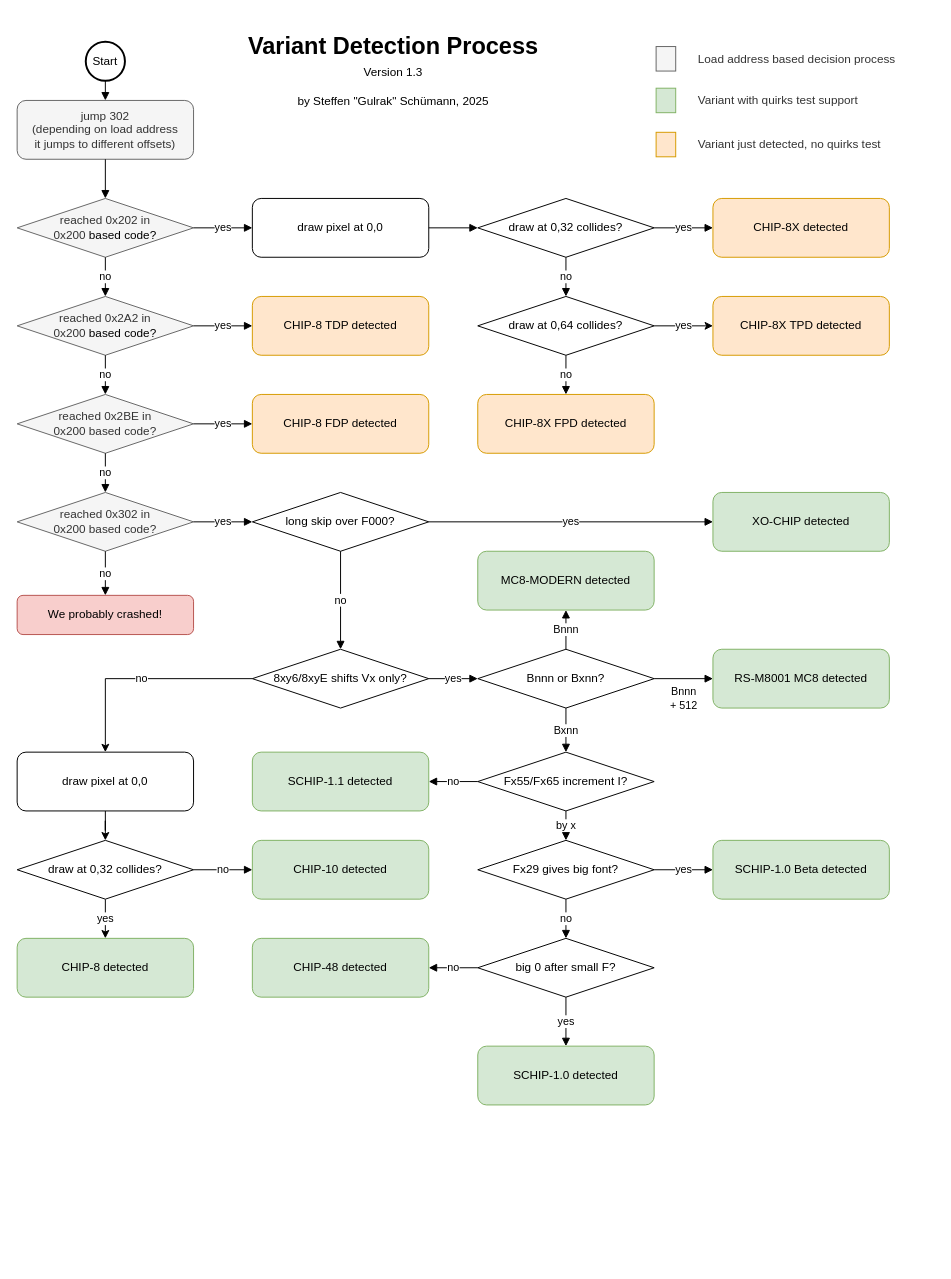
Before: test-roms/variant-detection/variant-detection.drawio in gulrak/cadmium, a draw.io diagram. Source tidied: cells renumbered, new cells numbered last; positions are measured from the earlier drawing's top-left corner, leaving out a move shared by most shapes. Both pictures are drawn from the tidied source at 98%, with x=0, y=0 at pixel (17, 26).
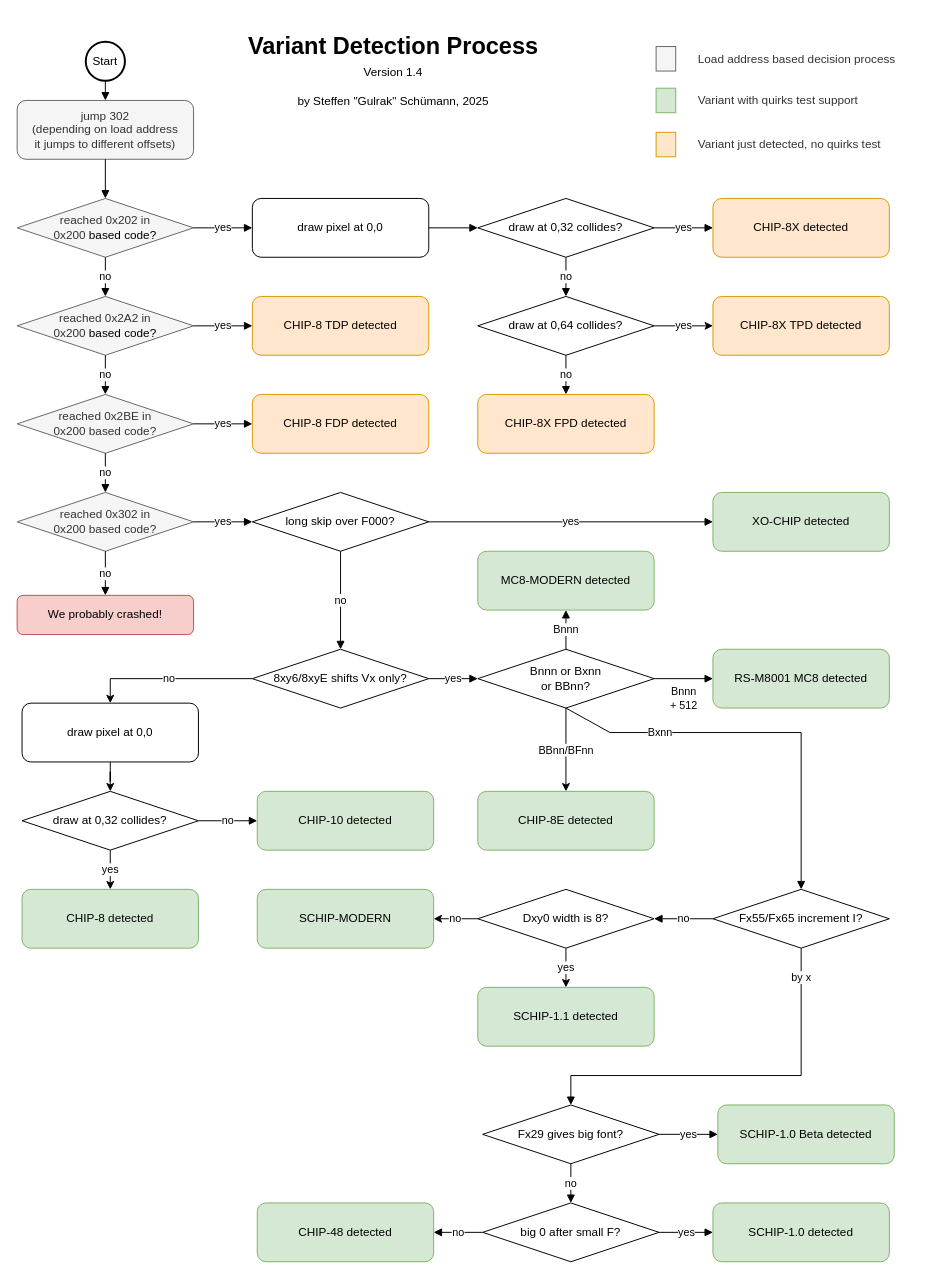
The same diagram, later.

The edit, as a diff of the source:
```diff
@@
+    <mxCell id="73" value="BBnn/BFnn" style="edgeStyle=orthogonalEdgeStyle;rounded=0;jettySize=auto;html=1;" parent="1" edge="1" source="36" target="78">
+      <mxGeometry relative="1" as="geometry" />
+    </mxCell>
-    <mxCell id="36" value="Bnnn or Bxnn?" style="shape=rhombus;perimeter=rhombusPerimeter;whiteSpace=wrap;html=1;" parent="1" vertex="1">
+    <mxCell id="36" value="Bnnn or Bxnn&lt;div&gt;or BBnn?&lt;/div&gt;" style="shape=rhombus;perimeter=rhombusPerimeter;whiteSpace=wrap;html=1;" parent="1" vertex="1">
       <mxGeometry x="470" y="635" width="180" height="60" as="geometry" />
     </mxCell>
@@
     <mxCell id="38" value="Fx55/Fx65 increment I?" style="shape=rhombus;perimeter=rhombusPerimeter;whiteSpace=wrap;html=1;" parent="1" vertex="1">
-      <mxGeometry x="470" y="740" width="180" height="60" as="geometry" />
+      <mxGeometry x="710" y="880" width="180" height="60" as="geometry" />
     </mxCell>
-    <mxCell id="39" value="Bxnn" style="endArrow=block;rounded=0;html=1;" parent="1" edge="1" source="36" target="38">
-      <mxGeometry relative="1" as="geometry" />
+    <mxCell id="39" value="Bxnn" style="endArrow=block;rounded=0;html=1;exitX=0.5;exitY=1;exitDx=0;exitDy=0;entryX=0.5;entryY=0;entryDx=0;entryDy=0;" parent="1" edge="1" source="36" target="38">
+      <mxGeometry x="-0.5" relative="1" as="geometry">
+        <Array as="points">
+          <mxPoint x="605" y="720" />
+          <mxPoint x="800" y="720" />
+        </Array>
+      </mxGeometry>
     </mxCell>
     <mxCell id="40" value="Fx29 gives big font?" style="shape=rhombus;perimeter=rhombusPerimeter;whiteSpace=wrap;html=1;" parent="1" vertex="1">
-      <mxGeometry x="470" y="830" width="180" height="60" as="geometry" />
+      <mxGeometry x="475" y="1100" width="180" height="60" as="geometry" />
     </mxCell>
-    <mxCell id="41" value="by x" style="endArrow=block;rounded=0;html=1;" parent="1" edge="1" source="38" target="40">
-      <mxGeometry relative="1" as="geometry" />
+    <mxCell id="41" value="by x" style="endArrow=block;rounded=0;html=1;exitX=0.5;exitY=1;exitDx=0;exitDy=0;entryX=0.5;entryY=0;entryDx=0;entryDy=0;" parent="1" edge="1" source="38" target="40">
+      <mxGeometry x="-0.85" relative="1" as="geometry">
+        <Array as="points">
+          <mxPoint x="800" y="1070" />
+          <mxPoint x="565" y="1070" />
+        </Array>
+      </mxGeometry>
     </mxCell>
     <mxCell id="42" value="SCHIP-1.0 Beta detected" style="rounded=1;whiteSpace=wrap;html=1;fillColor=#d5e8d4;strokeColor=#82b366;" parent="1" vertex="1">
-      <mxGeometry x="710" y="830" width="180" height="60" as="geometry" />
+      <mxGeometry x="715" y="1100" width="180" height="60" as="geometry" />
     </mxCell>
@@
     <mxCell id="44" value="big 0 after small F?" style="shape=rhombus;perimeter=rhombusPerimeter;whiteSpace=wrap;html=1;" parent="1" vertex="1">
-      <mxGeometry x="470" y="930" width="180" height="60" as="geometry" />
+      <mxGeometry x="475" y="1200" width="180" height="60" as="geometry" />
     </mxCell>
@@
     <mxCell id="46" value="SCHIP-1.0 detected" style="rounded=1;whiteSpace=wrap;html=1;fillColor=#d5e8d4;strokeColor=#82b366;" parent="1" vertex="1">
-      <mxGeometry x="470" y="1040" width="180" height="60" as="geometry" />
+      <mxGeometry x="710" y="1200" width="180" height="60" as="geometry" />
     </mxCell>
     <mxCell id="47" value="CHIP-48 detected" style="rounded=1;whiteSpace=wrap;html=1;fillColor=#d5e8d4;strokeColor=#82b366;" parent="1" vertex="1">
-      <mxGeometry x="240" y="930" width="180" height="60" as="geometry" />
+      <mxGeometry x="245" y="1200" width="180" height="60" as="geometry" />
     </mxCell>
@@
     <mxCell id="50" value="SCHIP-1.1 detected" style="rounded=1;whiteSpace=wrap;html=1;fillColor=#d5e8d4;strokeColor=#82b366;" parent="1" vertex="1">
-      <mxGeometry x="240" y="740" width="180" height="60" as="geometry" />
+      <mxGeometry x="470" y="980" width="180" height="60" as="geometry" />
     </mxCell>
-    <mxCell id="51" value="no" style="endArrow=block;rounded=0;html=1;" parent="1" edge="1" source="38" target="50">
+    <mxCell id="51" value="no" style="endArrow=block;rounded=0;html=1;" parent="1" edge="1" source="38" target="75">
       <mxGeometry relative="1" as="geometry" />
     </mxCell>
@@
     <mxCell id="56" value="CHIP-10 detected" style="rounded=1;whiteSpace=wrap;html=1;fillColor=#d5e8d4;strokeColor=#82b366;" parent="1" vertex="1">
-      <mxGeometry x="240" y="830" width="180" height="60" as="geometry" />
+      <mxGeometry x="245" y="780" width="180" height="60" as="geometry" />
     </mxCell>
@@
-    <mxCell id="67" value="Version 1.3&lt;br&gt;&lt;br&gt;&lt;div&gt;by Steffen &quot;Gulrak&quot; Schümann, 2025&lt;div&gt;&lt;br&gt;&lt;/div&gt;&lt;/div&gt;" style="text;html=1;align=center;verticalAlign=middle;whiteSpace=wrap;rounded=0;" parent="1" vertex="1">
+    <mxCell id="67" value="Version 1.4&lt;br&gt;&lt;br&gt;&lt;div&gt;by Steffen &quot;Gulrak&quot; Schümann, 2025&lt;div&gt;&lt;br&gt;&lt;/div&gt;&lt;/div&gt;" style="text;html=1;align=center;verticalAlign=middle;whiteSpace=wrap;rounded=0;" parent="1" vertex="1">
       <mxGeometry x="234" y="40" width="300" height="55" as="geometry" />
     </mxCell>
@@
     <mxCell id="69" value="draw pixel at 0,0" style="rounded=1;whiteSpace=wrap;html=1;" parent="1" vertex="1">
-      <mxGeometry y="740" width="180" height="60" as="geometry" />
+      <mxGeometry x="5" y="690" width="180" height="60" as="geometry" />
     </mxCell>
@@
     <mxCell id="71" value="draw at 0,32 collides?" style="shape=rhombus;perimeter=rhombusPerimeter;whiteSpace=wrap;html=1;" parent="1" vertex="1">
-      <mxGeometry y="830" width="180" height="60" as="geometry" />
+      <mxGeometry x="5" y="780" width="180" height="60" as="geometry" />
     </mxCell>
     <mxCell id="72" value="CHIP-8 detected" style="rounded=1;whiteSpace=wrap;html=1;fillColor=#d5e8d4;strokeColor=#82b366;" parent="1" vertex="1">
-      <mxGeometry y="930" width="180" height="60" as="geometry" />
+      <mxGeometry x="5" y="880" width="180" height="60" as="geometry" />
     </mxCell>
+    <mxCell id="74" value="yes" style="edgeStyle=orthogonalEdgeStyle;rounded=0;jettySize=auto;html=1;" parent="1" edge="1" source="75" target="50">
+      <mxGeometry relative="1" as="geometry" />
+    </mxCell>
+    <mxCell id="75" value="Dxy0 width is 8?" style="shape=rhombus;perimeter=rhombusPerimeter;whiteSpace=wrap;html=1;" parent="1" vertex="1">
+      <mxGeometry x="470" y="880" width="180" height="60" as="geometry" />
+    </mxCell>
+    <mxCell id="76" value="SCHIP-MODERN" style="rounded=1;whiteSpace=wrap;html=1;fillColor=#d5e8d4;strokeColor=#82b366;" parent="1" vertex="1">
+      <mxGeometry x="245" y="880" width="180" height="60" as="geometry" />
+    </mxCell>
+    <mxCell id="77" value="no" style="endArrow=classic;html=1;rounded=0;exitX=0;exitY=0.5;exitDx=0;exitDy=0;entryX=1;entryY=0.5;entryDx=0;entryDy=0;" parent="1" edge="1" source="75" target="76">
+      <mxGeometry relative="1" as="geometry" />
+    </mxCell>
+    <mxCell id="78" value="CHIP-8E detected" style="rounded=1;whiteSpace=wrap;html=1;fillColor=#d5e8d4;strokeColor=#82b366;" parent="1" vertex="1">
+      <mxGeometry x="470" y="780" width="180" height="60" as="geometry" />
+    </mxCell>
```
